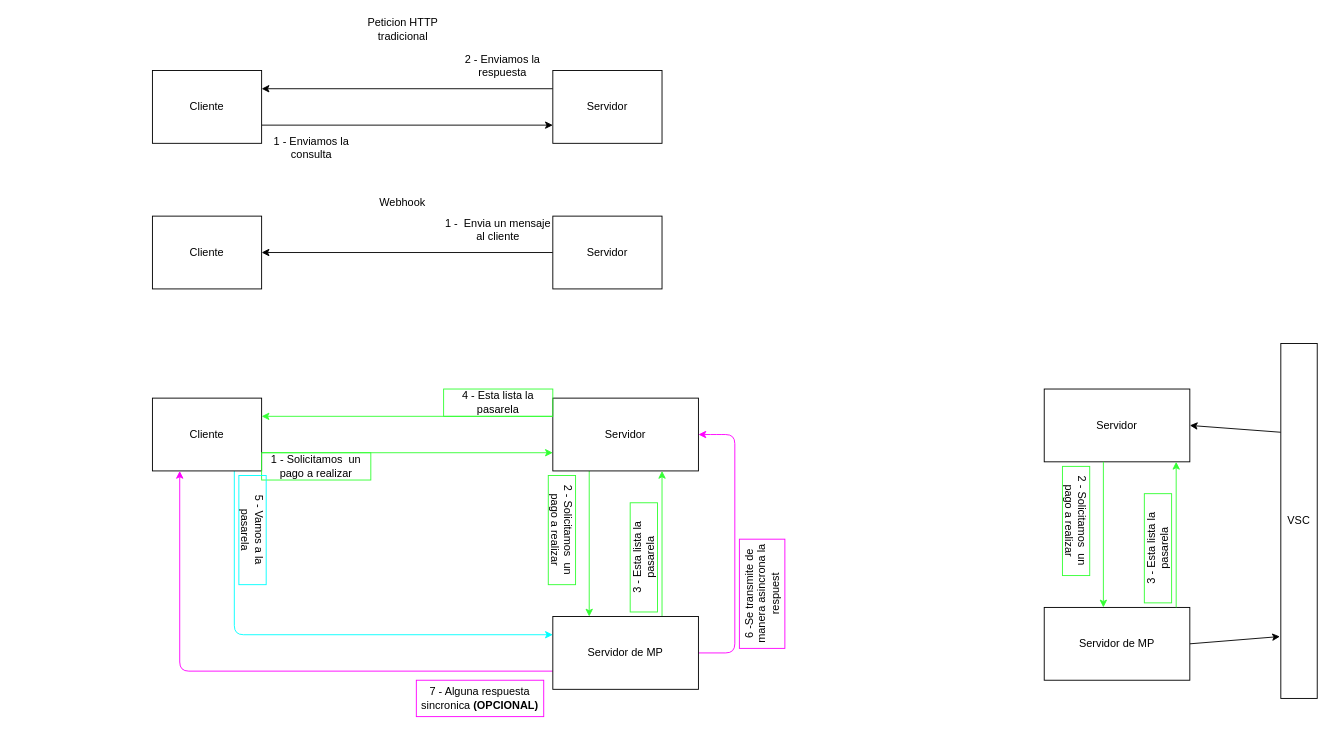
Before: clase-17/webhook.dio in FranprzDev/B2023, a draw.io diagram. Source tidied: cells renumbered, new cells numbered last; positions are measured from the earlier drawing's top-left corner, leaving out a move shared by most shapes. Both pictures are drawn from the tidied source at 91%, with x=0, y=0 at pixel (152, 15).
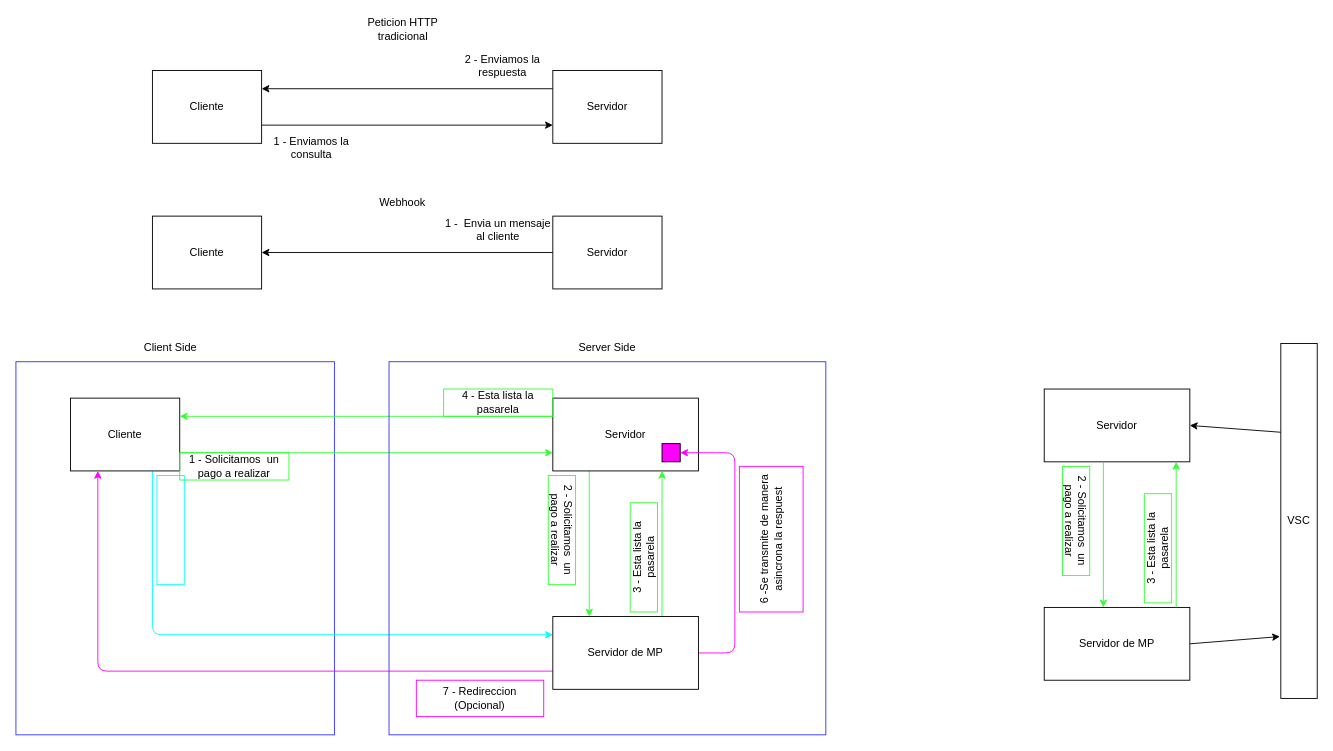
The same page after the edit.

The change refers to these unchanged cells:
```xml
<mxCell id="19" value="Servidor" style="whiteSpace=wrap;html=1;" parent="1" vertex="1">
  <mxGeometry x="440" y="420" width="160" height="80" as="geometry" />
</mxCell>
<mxCell id="23" value="Servidor de MP" style="whiteSpace=wrap;html=1;" parent="1" vertex="1">
  <mxGeometry x="440" y="660" width="160" height="80" as="geometry" />
</mxCell>
```

What changed in the source:
```diff
@@
+    <mxCell id="40" style="whiteSpace=wrap;html=1;fillColor=none;strokeColor=#3333FF;" parent="1" vertex="1">
+      <mxGeometry x="-150" y="380" width="350" height="410" as="geometry" />
+    </mxCell>
@@
     <mxCell id="15" style="edgeStyle=none;html=1;exitX=0.75;exitY=1;exitDx=0;exitDy=0;entryX=0;entryY=0.25;entryDx=0;entryDy=0;strokeColor=#00FFFF;" parent="1" edge="1" source="16" target="23">
       <mxGeometry relative="1" as="geometry">
         <Array as="points">
-          <mxPoint x="90" y="680" />
+          <mxPoint y="680" />
         </Array>
       </mxGeometry>
     </mxCell>
     <mxCell id="16" value="Cliente" style="whiteSpace=wrap;html=1;" parent="1" vertex="1">
-      <mxGeometry y="420" width="120" height="80" as="geometry" />
+      <mxGeometry x="-90" y="420" width="120" height="80" as="geometry" />
     </mxCell>
@@
-    <mxCell id="21" style="edgeStyle=none;html=1;exitX=1;exitY=0.5;exitDx=0;exitDy=0;entryX=1;entryY=0.5;entryDx=0;entryDy=0;strokeColor=#FF00FF;" parent="1" edge="1" source="23" target="19">
+    <mxCell id="21" style="edgeStyle=none;html=1;exitX=1;exitY=0.5;exitDx=0;exitDy=0;entryX=1;entryY=0.5;entryDx=0;entryDy=0;strokeColor=#FF00FF;" parent="1" edge="1" source="23" target="41">
       <mxGeometry relative="1" as="geometry">
         <Array as="points">
           <mxPoint x="640" y="700" />
-          <mxPoint x="640" y="460" />
-          <mxPoint x="620" y="460" />
+          <mxPoint x="640" y="480" />
+          <mxPoint x="620" y="480" />
         </Array>
       </mxGeometry>
     </mxCell>
     <mxCell id="22" style="edgeStyle=none;html=1;exitX=0;exitY=0.75;exitDx=0;exitDy=0;entryX=0.25;entryY=1;entryDx=0;entryDy=0;strokeColor=#FF00FF;" parent="1" edge="1" source="23" target="16">
       <mxGeometry relative="1" as="geometry">
         <Array as="points">
-          <mxPoint x="30" y="720" />
+          <mxPoint x="-60" y="720" />
         </Array>
       </mxGeometry>
     </mxCell>
@@
     <mxCell id="24" value="1 - Solicitamos&amp;nbsp; un pago a realizar" style="text;strokeColor=#33FF33;align=center;fillColor=none;html=1;verticalAlign=middle;whiteSpace=wrap;rounded=0;" parent="1" vertex="1">
-      <mxGeometry x="120" y="480" width="120" height="30" as="geometry" />
+      <mxGeometry x="30" y="480" width="120" height="30" as="geometry" />
     </mxCell>
@@
-    <mxCell id="28" value="5 - Vamos a la pasarela" style="text;strokeColor=#00FFFF;align=center;fillColor=none;html=1;verticalAlign=middle;whiteSpace=wrap;rounded=0;rotation=90;" parent="1" vertex="1">
-      <mxGeometry x="50" y="550" width="120" height="30" as="geometry" />
+    <mxCell id="28" value="&amp;nbsp;" style="text;strokeColor=#00FFFF;align=center;fillColor=none;html=1;verticalAlign=middle;whiteSpace=wrap;rounded=0;rotation=90;" parent="1" vertex="1">
+      <mxGeometry x="-40" y="550" width="120" height="30" as="geometry" />
     </mxCell>
     <mxCell id="29" value="6 -Se transmite de manera asincrona la respuest" style="text;strokeColor=#FF00FF;align=center;fillColor=none;html=1;verticalAlign=middle;whiteSpace=wrap;rounded=0;rotation=-90;" parent="1" vertex="1">
-      <mxGeometry x="610" y="610" width="120" height="50" as="geometry" />
+      <mxGeometry x="600" y="540" width="160" height="70" as="geometry" />
     </mxCell>
-    <mxCell id="30" value="7 - Alguna respuesta sincronica &lt;b&gt;(OPCIONAL)&lt;/b&gt;" style="text;strokeColor=#FF00FF;align=center;fillColor=none;html=1;verticalAlign=middle;whiteSpace=wrap;rounded=0;rotation=0;" parent="1" vertex="1">
+    <mxCell id="30" value="7 - Redireccion (Opcional)" style="text;strokeColor=#FF00FF;align=center;fillColor=none;html=1;verticalAlign=middle;whiteSpace=wrap;rounded=0;rotation=0;" parent="1" vertex="1">
       <mxGeometry x="290" y="730" width="140" height="40" as="geometry" />
     </mxCell>
@@
+    <mxCell id="41" style="whiteSpace=wrap;html=1;fillColor=#FF00FF;" parent="1" vertex="1">
+      <mxGeometry x="560" y="470" width="20" height="20" as="geometry" />
+    </mxCell>
+    <mxCell id="42" style="whiteSpace=wrap;html=1;fillColor=none;strokeColor=#3333FF;" parent="1" vertex="1">
+      <mxGeometry x="260" y="380" width="480" height="410" as="geometry" />
+    </mxCell>
+    <mxCell id="43" value="Client Side" style="text;strokeColor=none;align=center;fillColor=none;html=1;verticalAlign=middle;whiteSpace=wrap;rounded=0;" parent="1" vertex="1">
+      <mxGeometry x="-70" y="350" width="180" height="30" as="geometry" />
+    </mxCell>
+    <mxCell id="44" value="Server Side" style="text;strokeColor=none;align=center;fillColor=none;html=1;verticalAlign=middle;whiteSpace=wrap;rounded=0;" parent="1" vertex="1">
+      <mxGeometry x="410" y="350" width="180" height="30" as="geometry" />
+    </mxCell>
```
